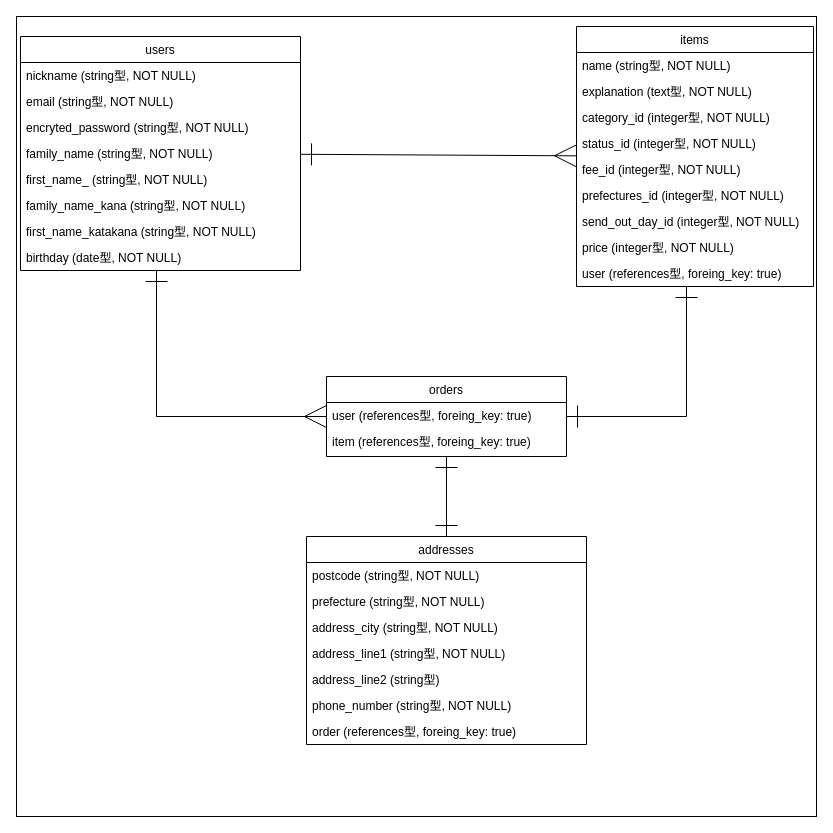
The draw.io diagram er.dio in makoto417/furima-32040, before the edit. Source tidied: cells renumbered, new cells numbered last; positions are measured from the earlier drawing's top-left corner, leaving out a move shared by most shapes. Both pictures are drawn from the tidied source at 100%, with x=0, y=0 at pixel (16, 16).
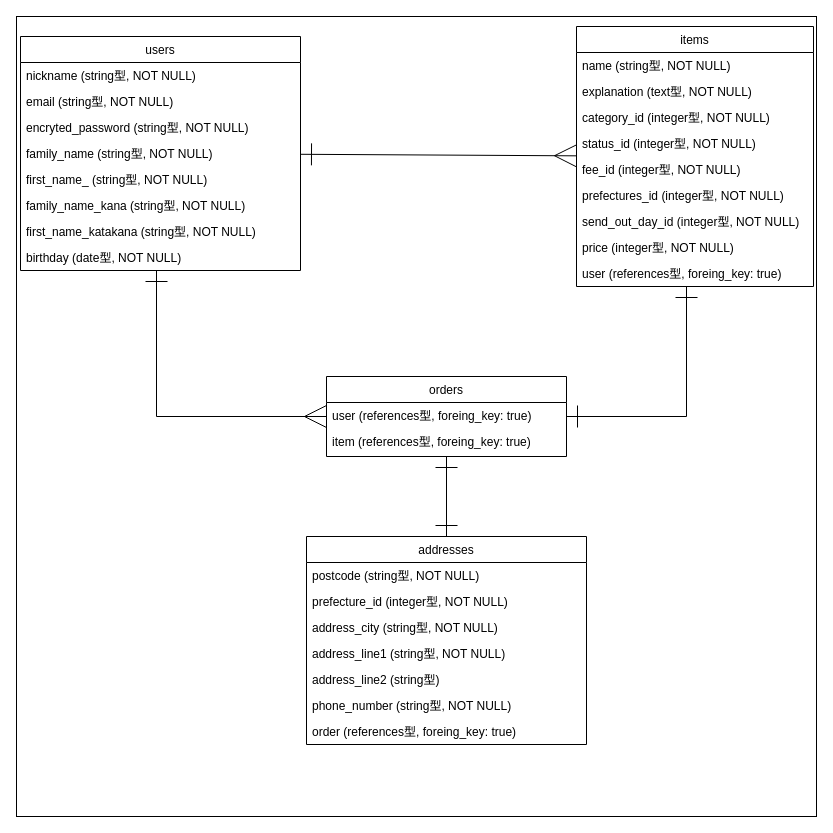
The same diagram, later.

Unchanged cells that the change refers to:
```xml
<mxCell id="30" value="addresses" style="swimlane;fontStyle=0;horizontal=1;startSize=26;fillColor=none;" parent="3" vertex="1">
  <mxGeometry x="290" y="520" width="280" height="208" as="geometry" />
</mxCell>
```

Diff of the diagram source:
```diff
@@
-    <mxCell id="32" value="prefecture (string型, NOT NULL)" style="text;strokeColor=none;fillColor=none;align=left;verticalAlign=top;spacingLeft=4;spacingRight=4;overflow=hidden;" parent="30" vertex="1">
+    <mxCell id="32" value="prefecture_id (integer型, NOT NULL)" style="text;strokeColor=none;fillColor=none;align=left;verticalAlign=top;spacingLeft=4;spacingRight=4;overflow=hidden;" parent="30" vertex="1">
       <mxGeometry y="52" width="280" height="26" as="geometry" />
     </mxCell>
```
